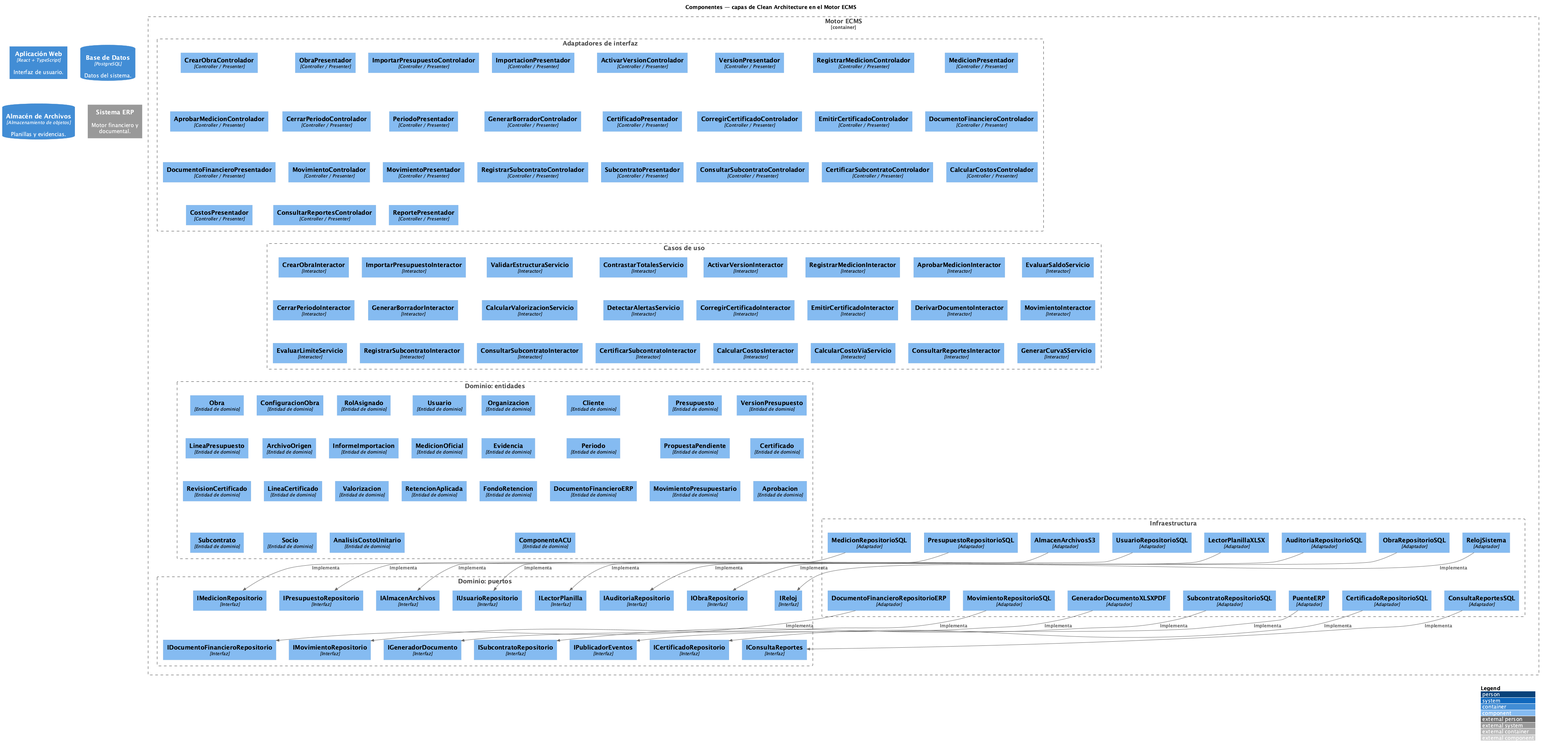
Above: modelo/out/c4/C4-Componentes.png in Ssrrb/TPF-teoria (PlantUML), before the change.
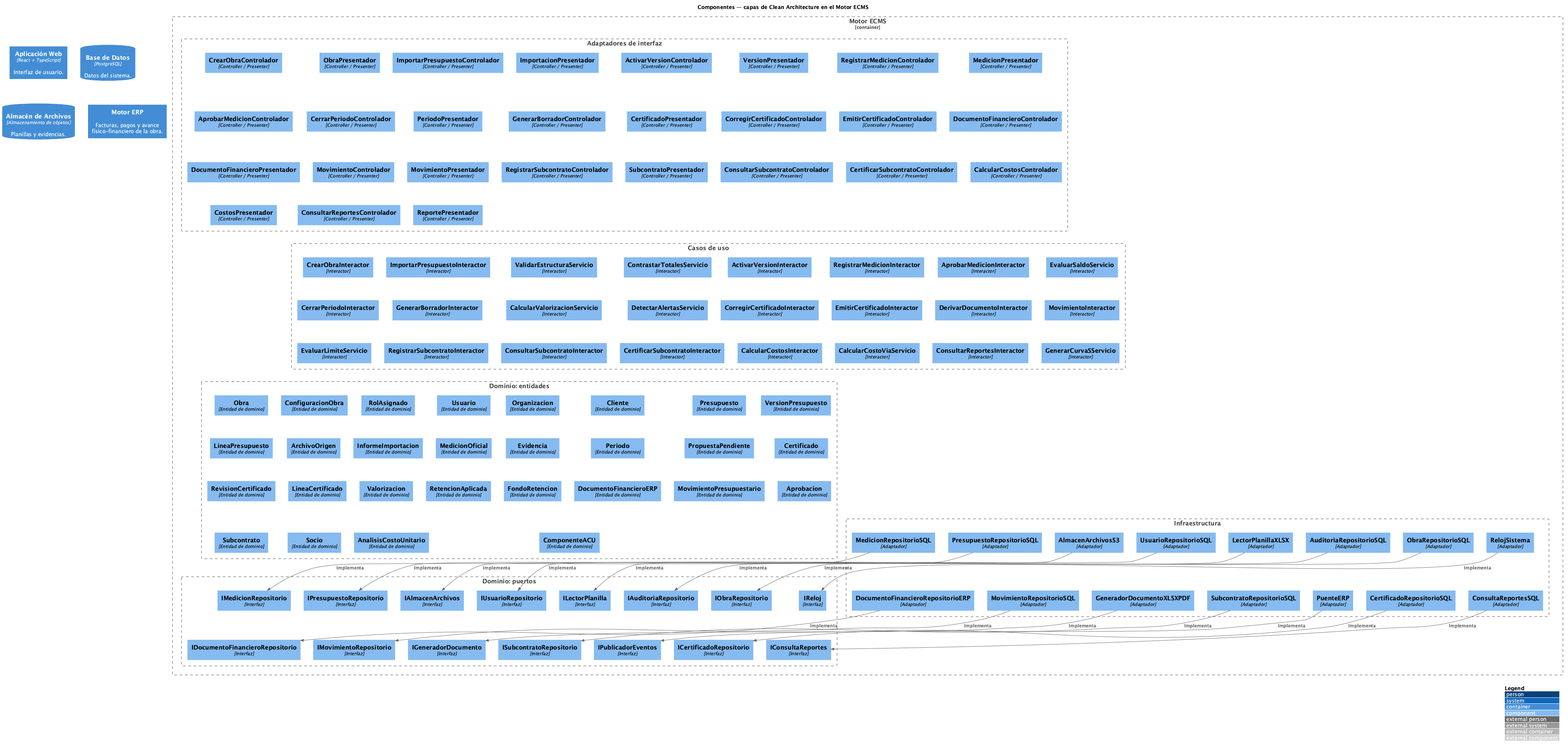
Above is the later version.

The edit, as a diff of the source:
```diff
@@ -5,7 +5,7 @@
 Container(web, "Aplicación Web", "React + TypeScript", "Interfaz de usuario.")
 ContainerDb(bd, "Base de Datos", "PostgreSQL", "Datos del sistema.")
 ContainerDb(archivos, "Almacén de Archivos", "Almacenamiento de objetos", "Planillas y evidencias.")
-System_Ext(erp, "Sistema ERP", "Motor financiero y documental.")
+Container(erp, "Motor ERP", "", "Facturas, pagos y avance físico-financiero de la obra.")
 Container_Boundary(ecms, "Motor ECMS") {
   Boundary(boundary_b, "Adaptadores de interfaz") {
     Component(CrearObraControlador, "CrearObraControlador", "Controller / Presenter")
```
